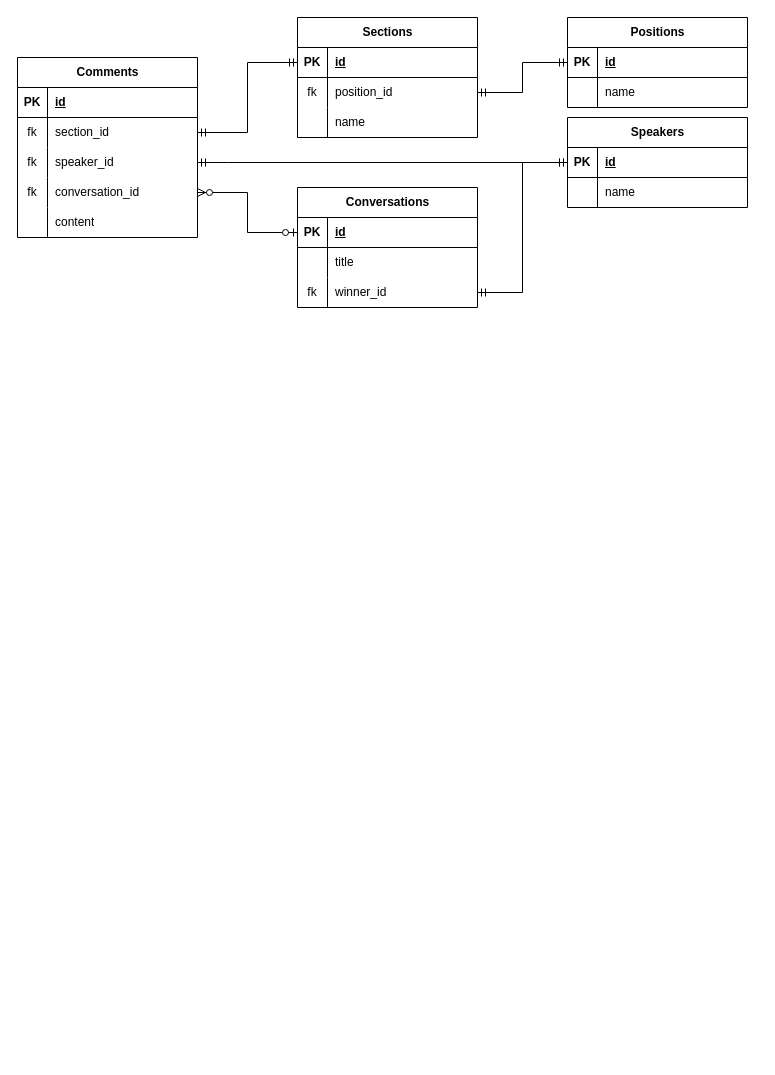
Earlier version of the draw.io diagram docs/ERdiagram.drawio (Sakauchi444/argut_ai). Source tidied: cells renumbered, new cells numbered last; positions are measured from the earlier drawing's top-left corner, leaving out a move shared by most shapes. Both pictures are drawn from the tidied source at 100%, with x=0, y=0 at pixel (17, 17).
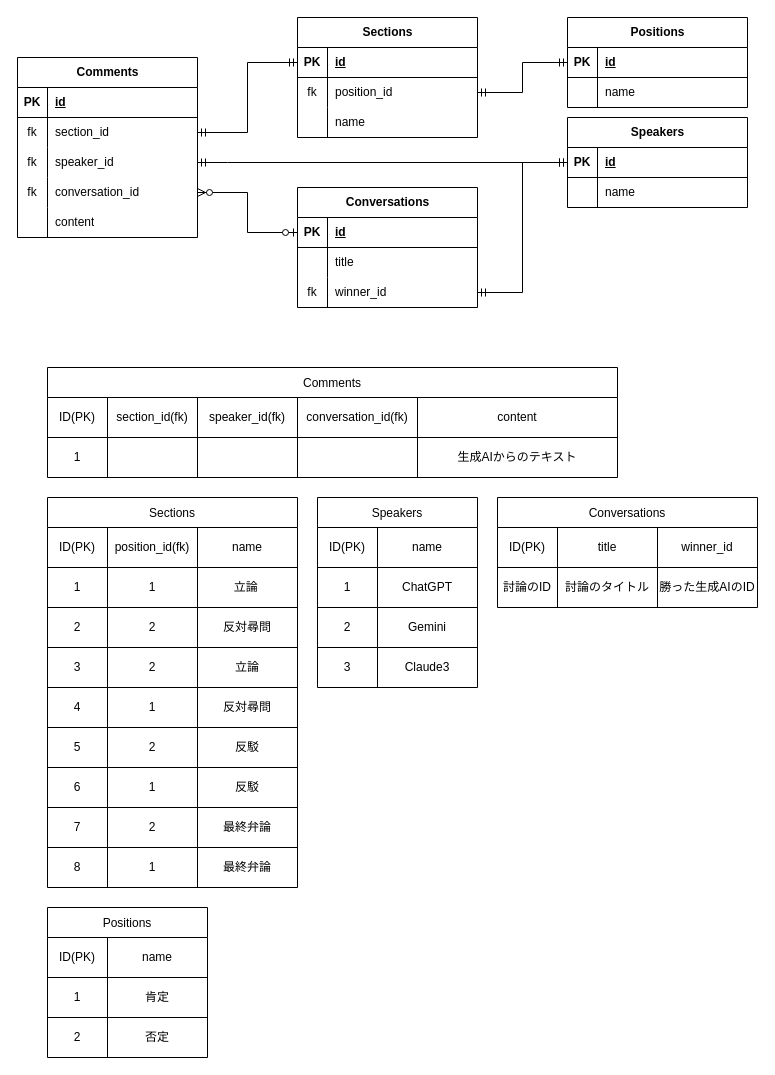
The same diagram, later.

Change to the diagram source:
```diff
@@
+    <mxCell id="57" value="Comments" style="shape=table;startSize=30;childLayout=tableLayout;" parent="1" vertex="1">
+      <mxGeometry x="30" y="350" width="570" height="110" as="geometry" />
+    </mxCell>
+    <mxCell id="58" style="shape=tableRow;horizontal=0;startSize=0;swimlaneHead=0;swimlaneBody=0;strokeColor=inherit;top=0;left=0;bottom=0;right=0;fillColor=none;" parent="57" vertex="1">
+      <mxGeometry y="30" width="570" height="40" as="geometry" />
+    </mxCell>
+    <mxCell id="59" value="ID(PK)" style="shape=partialRectangle;html=1;whiteSpace=wrap;strokeColor=inherit;overflow=hidden;fillColor=none;top=0;left=0;bottom=0;right=0;" parent="58" vertex="1">
+      <mxGeometry width="60" height="40" as="geometry" />
+    </mxCell>
+    <mxCell id="60" value="section_id(fk)" style="shape=partialRectangle;html=1;whiteSpace=wrap;strokeColor=inherit;overflow=hidden;fillColor=none;top=0;left=0;bottom=0;right=0;" parent="58" vertex="1">
+      <mxGeometry x="60" width="90" height="40" as="geometry" />
+    </mxCell>
+    <mxCell id="61" value="speaker_id(fk)" style="shape=partialRectangle;html=1;whiteSpace=wrap;strokeColor=inherit;overflow=hidden;fillColor=none;top=0;left=0;bottom=0;right=0;" parent="58" vertex="1">
+      <mxGeometry x="150" width="100" height="40" as="geometry" />
+    </mxCell>
+    <mxCell id="62" value="conversation_id(fk)" style="shape=partialRectangle;html=1;whiteSpace=wrap;strokeColor=inherit;overflow=hidden;fillColor=none;top=0;left=0;bottom=0;right=0;" parent="58" vertex="1">
+      <mxGeometry x="250" width="120" height="40" as="geometry" />
+    </mxCell>
+    <mxCell id="63" value="content" style="shape=partialRectangle;html=1;whiteSpace=wrap;strokeColor=inherit;overflow=hidden;fillColor=none;top=0;left=0;bottom=0;right=0;" parent="58" vertex="1">
+      <mxGeometry x="370" width="200" height="40" as="geometry" />
+    </mxCell>
+    <mxCell id="64" style="shape=tableRow;horizontal=0;startSize=0;swimlaneHead=0;swimlaneBody=0;strokeColor=inherit;top=0;left=0;bottom=0;right=0;fillColor=none;" parent="57" vertex="1">
+      <mxGeometry y="70" width="570" height="40" as="geometry" />
+    </mxCell>
+    <mxCell id="65" value="1" style="shape=partialRectangle;html=1;whiteSpace=wrap;strokeColor=inherit;overflow=hidden;fillColor=none;top=0;left=0;bottom=0;right=0;" parent="64" vertex="1">
+      <mxGeometry width="60" height="40" as="geometry" />
+    </mxCell>
+    <mxCell id="66" style="shape=partialRectangle;html=1;whiteSpace=wrap;strokeColor=inherit;overflow=hidden;fillColor=none;top=0;left=0;bottom=0;right=0;" parent="64" vertex="1">
+      <mxGeometry x="60" width="90" height="40" as="geometry" />
+    </mxCell>
+    <mxCell id="67" style="shape=partialRectangle;html=1;whiteSpace=wrap;strokeColor=inherit;overflow=hidden;fillColor=none;top=0;left=0;bottom=0;right=0;" parent="64" vertex="1">
+      <mxGeometry x="150" width="100" height="40" as="geometry" />
+    </mxCell>
+    <mxCell id="68" style="shape=partialRectangle;html=1;whiteSpace=wrap;strokeColor=inherit;overflow=hidden;fillColor=none;top=0;left=0;bottom=0;right=0;" parent="64" vertex="1">
+      <mxGeometry x="250" width="120" height="40" as="geometry" />
+    </mxCell>
+    <mxCell id="69" value="生成AIからのテキスト" style="shape=partialRectangle;html=1;whiteSpace=wrap;strokeColor=inherit;overflow=hidden;fillColor=none;top=0;left=0;bottom=0;right=0;" parent="64" vertex="1">
+      <mxGeometry x="370" width="200" height="40" as="geometry" />
+    </mxCell>
+    <mxCell id="70" value="Sections" style="shape=table;startSize=30;childLayout=tableLayout;" parent="1" vertex="1">
+      <mxGeometry x="30" y="480" width="250" height="390" as="geometry" />
+    </mxCell>
+    <mxCell id="71" style="shape=tableRow;horizontal=0;startSize=0;swimlaneHead=0;swimlaneBody=0;strokeColor=inherit;top=0;left=0;bottom=0;right=0;fillColor=none;" parent="70" vertex="1">
+      <mxGeometry y="30" width="250" height="40" as="geometry" />
+    </mxCell>
+    <mxCell id="72" value="ID(PK)" style="shape=partialRectangle;html=1;whiteSpace=wrap;strokeColor=inherit;overflow=hidden;fillColor=none;top=0;left=0;bottom=0;right=0;" parent="71" vertex="1">
+      <mxGeometry width="60" height="40" as="geometry" />
+    </mxCell>
+    <mxCell id="73" value="position_id(fk)" style="shape=partialRectangle;html=1;whiteSpace=wrap;strokeColor=inherit;overflow=hidden;fillColor=none;top=0;left=0;bottom=0;right=0;" parent="71" vertex="1">
+      <mxGeometry x="60" width="90" height="40" as="geometry" />
+    </mxCell>
+    <mxCell id="74" value="name" style="shape=partialRectangle;html=1;whiteSpace=wrap;strokeColor=inherit;overflow=hidden;fillColor=none;top=0;left=0;bottom=0;right=0;" parent="71" vertex="1">
+      <mxGeometry x="150" width="100" height="40" as="geometry" />
+    </mxCell>
+    <mxCell id="75" style="shape=tableRow;horizontal=0;startSize=0;swimlaneHead=0;swimlaneBody=0;strokeColor=inherit;top=0;left=0;bottom=0;right=0;fillColor=none;" parent="70" vertex="1">
+      <mxGeometry y="70" width="250" height="40" as="geometry" />
+    </mxCell>
+    <mxCell id="76" value="1" style="shape=partialRectangle;html=1;whiteSpace=wrap;strokeColor=inherit;overflow=hidden;fillColor=none;top=0;left=0;bottom=0;right=0;" parent="75" vertex="1">
+      <mxGeometry width="60" height="40" as="geometry" />
+    </mxCell>
+    <mxCell id="77" value="1" style="shape=partialRectangle;html=1;whiteSpace=wrap;strokeColor=inherit;overflow=hidden;fillColor=none;top=0;left=0;bottom=0;right=0;" parent="75" vertex="1">
+      <mxGeometry x="60" width="90" height="40" as="geometry" />
+    </mxCell>
+    <mxCell id="78" value="立論&lt;span style=&quot;white-space: pre;&quot;&gt;&#9;&lt;/span&gt;" style="shape=partialRectangle;html=1;whiteSpace=wrap;strokeColor=inherit;overflow=hidden;fillColor=none;top=0;left=0;bottom=0;right=0;" parent="75" vertex="1">
+      <mxGeometry x="150" width="100" height="40" as="geometry" />
+    </mxCell>
+    <mxCell id="79" style="shape=tableRow;horizontal=0;startSize=0;swimlaneHead=0;swimlaneBody=0;strokeColor=inherit;top=0;left=0;bottom=0;right=0;fillColor=none;" parent="70" vertex="1">
+      <mxGeometry y="110" width="250" height="40" as="geometry" />
+    </mxCell>
+    <mxCell id="80" value="2" style="shape=partialRectangle;html=1;whiteSpace=wrap;strokeColor=inherit;overflow=hidden;fillColor=none;top=0;left=0;bottom=0;right=0;" parent="79" vertex="1">
+      <mxGeometry width="60" height="40" as="geometry" />
+    </mxCell>
+    <mxCell id="81" value="2" style="shape=partialRectangle;html=1;whiteSpace=wrap;strokeColor=inherit;overflow=hidden;fillColor=none;top=0;left=0;bottom=0;right=0;" parent="79" vertex="1">
+      <mxGeometry x="60" width="90" height="40" as="geometry" />
+    </mxCell>
+    <mxCell id="82" value="反対尋問" style="shape=partialRectangle;html=1;whiteSpace=wrap;strokeColor=inherit;overflow=hidden;fillColor=none;top=0;left=0;bottom=0;right=0;" parent="79" vertex="1">
+      <mxGeometry x="150" width="100" height="40" as="geometry" />
+    </mxCell>
+    <mxCell id="83" style="shape=tableRow;horizontal=0;startSize=0;swimlaneHead=0;swimlaneBody=0;strokeColor=inherit;top=0;left=0;bottom=0;right=0;fillColor=none;" parent="70" vertex="1">
+      <mxGeometry y="150" width="250" height="40" as="geometry" />
+    </mxCell>
+    <mxCell id="84" value="3" style="shape=partialRectangle;html=1;whiteSpace=wrap;strokeColor=inherit;overflow=hidden;fillColor=none;top=0;left=0;bottom=0;right=0;" parent="83" vertex="1">
+      <mxGeometry width="60" height="40" as="geometry" />
+    </mxCell>
+    <mxCell id="85" value="2" style="shape=partialRectangle;html=1;whiteSpace=wrap;strokeColor=inherit;overflow=hidden;fillColor=none;top=0;left=0;bottom=0;right=0;" parent="83" vertex="1">
+      <mxGeometry x="60" width="90" height="40" as="geometry" />
+    </mxCell>
+    <mxCell id="86" value="立論" style="shape=partialRectangle;html=1;whiteSpace=wrap;strokeColor=inherit;overflow=hidden;fillColor=none;top=0;left=0;bottom=0;right=0;" parent="83" vertex="1">
+      <mxGeometry x="150" width="100" height="40" as="geometry" />
+    </mxCell>
+    <mxCell id="87" style="shape=tableRow;horizontal=0;startSize=0;swimlaneHead=0;swimlaneBody=0;strokeColor=inherit;top=0;left=0;bottom=0;right=0;fillColor=none;" parent="70" vertex="1">
+      <mxGeometry y="190" width="250" height="40" as="geometry" />
+    </mxCell>
+    <mxCell id="88" value="4" style="shape=partialRectangle;html=1;whiteSpace=wrap;strokeColor=inherit;overflow=hidden;fillColor=none;top=0;left=0;bottom=0;right=0;" parent="87" vertex="1">
+      <mxGeometry width="60" height="40" as="geometry" />
+    </mxCell>
+    <mxCell id="89" value="1" style="shape=partialRectangle;html=1;whiteSpace=wrap;strokeColor=inherit;overflow=hidden;fillColor=none;top=0;left=0;bottom=0;right=0;" parent="87" vertex="1">
+      <mxGeometry x="60" width="90" height="40" as="geometry" />
+    </mxCell>
+    <mxCell id="90" value="反対尋問" style="shape=partialRectangle;html=1;whiteSpace=wrap;strokeColor=inherit;overflow=hidden;fillColor=none;top=0;left=0;bottom=0;right=0;" parent="87" vertex="1">
+      <mxGeometry x="150" width="100" height="40" as="geometry" />
+    </mxCell>
+    <mxCell id="91" style="shape=tableRow;horizontal=0;startSize=0;swimlaneHead=0;swimlaneBody=0;strokeColor=inherit;top=0;left=0;bottom=0;right=0;fillColor=none;" parent="70" vertex="1">
+      <mxGeometry y="230" width="250" height="40" as="geometry" />
+    </mxCell>
+    <mxCell id="92" value="5" style="shape=partialRectangle;html=1;whiteSpace=wrap;strokeColor=inherit;overflow=hidden;fillColor=none;top=0;left=0;bottom=0;right=0;" parent="91" vertex="1">
+      <mxGeometry width="60" height="40" as="geometry" />
+    </mxCell>
+    <mxCell id="93" value="2" style="shape=partialRectangle;html=1;whiteSpace=wrap;strokeColor=inherit;overflow=hidden;fillColor=none;top=0;left=0;bottom=0;right=0;" parent="91" vertex="1">
+      <mxGeometry x="60" width="90" height="40" as="geometry" />
+    </mxCell>
+    <mxCell id="94" value="反駁" style="shape=partialRectangle;html=1;whiteSpace=wrap;strokeColor=inherit;overflow=hidden;fillColor=none;top=0;left=0;bottom=0;right=0;" parent="91" vertex="1">
+      <mxGeometry x="150" width="100" height="40" as="geometry" />
+    </mxCell>
+    <mxCell id="95" style="shape=tableRow;horizontal=0;startSize=0;swimlaneHead=0;swimlaneBody=0;strokeColor=inherit;top=0;left=0;bottom=0;right=0;fillColor=none;" parent="70" vertex="1">
+      <mxGeometry y="270" width="250" height="40" as="geometry" />
+    </mxCell>
+    <mxCell id="96" value="6" style="shape=partialRectangle;html=1;whiteSpace=wrap;strokeColor=inherit;overflow=hidden;fillColor=none;top=0;left=0;bottom=0;right=0;" parent="95" vertex="1">
+      <mxGeometry width="60" height="40" as="geometry" />
+    </mxCell>
+    <mxCell id="97" value="1" style="shape=partialRectangle;html=1;whiteSpace=wrap;strokeColor=inherit;overflow=hidden;fillColor=none;top=0;left=0;bottom=0;right=0;" parent="95" vertex="1">
+      <mxGeometry x="60" width="90" height="40" as="geometry" />
+    </mxCell>
+    <mxCell id="98" value="反駁" style="shape=partialRectangle;html=1;whiteSpace=wrap;strokeColor=inherit;overflow=hidden;fillColor=none;top=0;left=0;bottom=0;right=0;" parent="95" vertex="1">
+      <mxGeometry x="150" width="100" height="40" as="geometry" />
+    </mxCell>
+    <mxCell id="99" style="shape=tableRow;horizontal=0;startSize=0;swimlaneHead=0;swimlaneBody=0;strokeColor=inherit;top=0;left=0;bottom=0;right=0;fillColor=none;" parent="70" vertex="1">
+      <mxGeometry y="310" width="250" height="40" as="geometry" />
+    </mxCell>
+    <mxCell id="100" value="7" style="shape=partialRectangle;html=1;whiteSpace=wrap;strokeColor=inherit;overflow=hidden;fillColor=none;top=0;left=0;bottom=0;right=0;" parent="99" vertex="1">
+      <mxGeometry width="60" height="40" as="geometry" />
+    </mxCell>
+    <mxCell id="101" value="2" style="shape=partialRectangle;html=1;whiteSpace=wrap;strokeColor=inherit;overflow=hidden;fillColor=none;top=0;left=0;bottom=0;right=0;" parent="99" vertex="1">
+      <mxGeometry x="60" width="90" height="40" as="geometry" />
+    </mxCell>
+    <mxCell id="102" value="最終弁論" style="shape=partialRectangle;html=1;whiteSpace=wrap;strokeColor=inherit;overflow=hidden;fillColor=none;top=0;left=0;bottom=0;right=0;" parent="99" vertex="1">
+      <mxGeometry x="150" width="100" height="40" as="geometry" />
+    </mxCell>
+    <mxCell id="103" style="shape=tableRow;horizontal=0;startSize=0;swimlaneHead=0;swimlaneBody=0;strokeColor=inherit;top=0;left=0;bottom=0;right=0;fillColor=none;" parent="70" vertex="1">
+      <mxGeometry y="350" width="250" height="40" as="geometry" />
+    </mxCell>
+    <mxCell id="104" value="8" style="shape=partialRectangle;html=1;whiteSpace=wrap;strokeColor=inherit;overflow=hidden;fillColor=none;top=0;left=0;bottom=0;right=0;" parent="103" vertex="1">
+      <mxGeometry width="60" height="40" as="geometry" />
+    </mxCell>
+    <mxCell id="105" value="1" style="shape=partialRectangle;html=1;whiteSpace=wrap;strokeColor=inherit;overflow=hidden;fillColor=none;top=0;left=0;bottom=0;right=0;" parent="103" vertex="1">
+      <mxGeometry x="60" width="90" height="40" as="geometry" />
+    </mxCell>
+    <mxCell id="106" value="最終弁論" style="shape=partialRectangle;html=1;whiteSpace=wrap;strokeColor=inherit;overflow=hidden;fillColor=none;top=0;left=0;bottom=0;right=0;" parent="103" vertex="1">
+      <mxGeometry x="150" width="100" height="40" as="geometry" />
+    </mxCell>
+    <mxCell id="107" value="Positions" style="shape=table;startSize=30;childLayout=tableLayout;" parent="1" vertex="1">
+      <mxGeometry x="30" y="890" width="160" height="150" as="geometry" />
+    </mxCell>
+    <mxCell id="108" style="shape=tableRow;horizontal=0;startSize=0;swimlaneHead=0;swimlaneBody=0;strokeColor=inherit;top=0;left=0;bottom=0;right=0;fillColor=none;" parent="107" vertex="1">
+      <mxGeometry y="30" width="160" height="40" as="geometry" />
+    </mxCell>
+    <mxCell id="109" value="ID(PK)" style="shape=partialRectangle;html=1;whiteSpace=wrap;strokeColor=inherit;overflow=hidden;fillColor=none;top=0;left=0;bottom=0;right=0;" parent="108" vertex="1">
+      <mxGeometry width="60" height="40" as="geometry" />
+    </mxCell>
+    <mxCell id="110" value="name" style="shape=partialRectangle;html=1;whiteSpace=wrap;strokeColor=inherit;overflow=hidden;fillColor=none;top=0;left=0;bottom=0;right=0;" parent="108" vertex="1">
+      <mxGeometry x="60" width="100" height="40" as="geometry" />
+    </mxCell>
+    <mxCell id="111" style="shape=tableRow;horizontal=0;startSize=0;swimlaneHead=0;swimlaneBody=0;strokeColor=inherit;top=0;left=0;bottom=0;right=0;fillColor=none;" parent="107" vertex="1">
+      <mxGeometry y="70" width="160" height="40" as="geometry" />
+    </mxCell>
+    <mxCell id="112" value="1" style="shape=partialRectangle;html=1;whiteSpace=wrap;strokeColor=inherit;overflow=hidden;fillColor=none;top=0;left=0;bottom=0;right=0;" parent="111" vertex="1">
+      <mxGeometry width="60" height="40" as="geometry" />
+    </mxCell>
+    <mxCell id="113" value="肯定" style="shape=partialRectangle;html=1;whiteSpace=wrap;strokeColor=inherit;overflow=hidden;fillColor=none;top=0;left=0;bottom=0;right=0;" parent="111" vertex="1">
+      <mxGeometry x="60" width="100" height="40" as="geometry" />
+    </mxCell>
+    <mxCell id="114" style="shape=tableRow;horizontal=0;startSize=0;swimlaneHead=0;swimlaneBody=0;strokeColor=inherit;top=0;left=0;bottom=0;right=0;fillColor=none;" parent="107" vertex="1">
+      <mxGeometry y="110" width="160" height="40" as="geometry" />
+    </mxCell>
+    <mxCell id="115" value="2" style="shape=partialRectangle;html=1;whiteSpace=wrap;strokeColor=inherit;overflow=hidden;fillColor=none;top=0;left=0;bottom=0;right=0;" parent="114" vertex="1">
+      <mxGeometry width="60" height="40" as="geometry" />
+    </mxCell>
+    <mxCell id="116" value="否定" style="shape=partialRectangle;html=1;whiteSpace=wrap;strokeColor=inherit;overflow=hidden;fillColor=none;top=0;left=0;bottom=0;right=0;" parent="114" vertex="1">
+      <mxGeometry x="60" width="100" height="40" as="geometry" />
+    </mxCell>
+    <mxCell id="117" value="Speakers" style="shape=table;startSize=30;childLayout=tableLayout;" parent="1" vertex="1">
+      <mxGeometry x="300" y="480" width="160" height="190" as="geometry" />
+    </mxCell>
+    <mxCell id="118" style="shape=tableRow;horizontal=0;startSize=0;swimlaneHead=0;swimlaneBody=0;strokeColor=inherit;top=0;left=0;bottom=0;right=0;fillColor=none;" parent="117" vertex="1">
+      <mxGeometry y="30" width="160" height="40" as="geometry" />
+    </mxCell>
+    <mxCell id="119" value="ID(PK)" style="shape=partialRectangle;html=1;whiteSpace=wrap;strokeColor=inherit;overflow=hidden;fillColor=none;top=0;left=0;bottom=0;right=0;" parent="118" vertex="1">
+      <mxGeometry width="60" height="40" as="geometry" />
+    </mxCell>
+    <mxCell id="120" value="name" style="shape=partialRectangle;html=1;whiteSpace=wrap;strokeColor=inherit;overflow=hidden;fillColor=none;top=0;left=0;bottom=0;right=0;" parent="118" vertex="1">
+      <mxGeometry x="60" width="100" height="40" as="geometry" />
+    </mxCell>
+    <mxCell id="121" style="shape=tableRow;horizontal=0;startSize=0;swimlaneHead=0;swimlaneBody=0;strokeColor=inherit;top=0;left=0;bottom=0;right=0;fillColor=none;" parent="117" vertex="1">
+      <mxGeometry y="70" width="160" height="40" as="geometry" />
+    </mxCell>
+    <mxCell id="122" value="1" style="shape=partialRectangle;html=1;whiteSpace=wrap;strokeColor=inherit;overflow=hidden;fillColor=none;top=0;left=0;bottom=0;right=0;" parent="121" vertex="1">
+      <mxGeometry width="60" height="40" as="geometry" />
+    </mxCell>
+    <mxCell id="123" value="ChatGPT" style="shape=partialRectangle;html=1;whiteSpace=wrap;strokeColor=inherit;overflow=hidden;fillColor=none;top=0;left=0;bottom=0;right=0;" parent="121" vertex="1">
+      <mxGeometry x="60" width="100" height="40" as="geometry" />
+    </mxCell>
+    <mxCell id="124" style="shape=tableRow;horizontal=0;startSize=0;swimlaneHead=0;swimlaneBody=0;strokeColor=inherit;top=0;left=0;bottom=0;right=0;fillColor=none;" parent="117" vertex="1">
+      <mxGeometry y="110" width="160" height="40" as="geometry" />
+    </mxCell>
+    <mxCell id="125" value="2" style="shape=partialRectangle;html=1;whiteSpace=wrap;strokeColor=inherit;overflow=hidden;fillColor=none;top=0;left=0;bottom=0;right=0;" parent="124" vertex="1">
+      <mxGeometry width="60" height="40" as="geometry" />
+    </mxCell>
+    <mxCell id="126" value="Gemini" style="shape=partialRectangle;html=1;whiteSpace=wrap;strokeColor=inherit;overflow=hidden;fillColor=none;top=0;left=0;bottom=0;right=0;" parent="124" vertex="1">
+      <mxGeometry x="60" width="100" height="40" as="geometry" />
+    </mxCell>
+    <mxCell id="127" style="shape=tableRow;horizontal=0;startSize=0;swimlaneHead=0;swimlaneBody=0;strokeColor=inherit;top=0;left=0;bottom=0;right=0;fillColor=none;" parent="117" vertex="1">
+      <mxGeometry y="150" width="160" height="40" as="geometry" />
+    </mxCell>
+    <mxCell id="128" value="3" style="shape=partialRectangle;html=1;whiteSpace=wrap;strokeColor=inherit;overflow=hidden;fillColor=none;top=0;left=0;bottom=0;right=0;" parent="127" vertex="1">
+      <mxGeometry width="60" height="40" as="geometry" />
+    </mxCell>
+    <mxCell id="129" value="Claude3" style="shape=partialRectangle;html=1;whiteSpace=wrap;strokeColor=inherit;overflow=hidden;fillColor=none;top=0;left=0;bottom=0;right=0;" parent="127" vertex="1">
+      <mxGeometry x="60" width="100" height="40" as="geometry" />
+    </mxCell>
+    <mxCell id="130" value="Conversations" style="shape=table;startSize=30;childLayout=tableLayout;" parent="1" vertex="1">
+      <mxGeometry x="480" y="480" width="260" height="110" as="geometry" />
+    </mxCell>
+    <mxCell id="131" style="shape=tableRow;horizontal=0;startSize=0;swimlaneHead=0;swimlaneBody=0;strokeColor=inherit;top=0;left=0;bottom=0;right=0;fillColor=none;" parent="130" vertex="1">
+      <mxGeometry y="30" width="260" height="40" as="geometry" />
+    </mxCell>
+    <mxCell id="132" value="ID(PK)" style="shape=partialRectangle;html=1;whiteSpace=wrap;strokeColor=inherit;overflow=hidden;fillColor=none;top=0;left=0;bottom=0;right=0;" parent="131" vertex="1">
+      <mxGeometry width="60" height="40" as="geometry" />
+    </mxCell>
+    <mxCell id="133" value="title" style="shape=partialRectangle;html=1;whiteSpace=wrap;strokeColor=inherit;overflow=hidden;fillColor=none;top=0;left=0;bottom=0;right=0;" parent="131" vertex="1">
+      <mxGeometry x="60" width="100" height="40" as="geometry" />
+    </mxCell>
+    <mxCell id="134" value="winner_id" style="shape=partialRectangle;html=1;whiteSpace=wrap;strokeColor=inherit;overflow=hidden;fillColor=none;top=0;left=0;bottom=0;right=0;" parent="131" vertex="1">
+      <mxGeometry x="160" width="100" height="40" as="geometry" />
+    </mxCell>
+    <mxCell id="135" style="shape=tableRow;horizontal=0;startSize=0;swimlaneHead=0;swimlaneBody=0;strokeColor=inherit;top=0;left=0;bottom=0;right=0;fillColor=none;" parent="130" vertex="1">
+      <mxGeometry y="70" width="260" height="40" as="geometry" />
+    </mxCell>
+    <mxCell id="136" value="討論のID" style="shape=partialRectangle;html=1;whiteSpace=wrap;strokeColor=inherit;overflow=hidden;fillColor=none;top=0;left=0;bottom=0;right=0;" parent="135" vertex="1">
+      <mxGeometry width="60" height="40" as="geometry" />
+    </mxCell>
+    <mxCell id="137" value="討論のタイトル" style="shape=partialRectangle;html=1;whiteSpace=wrap;strokeColor=inherit;overflow=hidden;fillColor=none;top=0;left=0;bottom=0;right=0;" parent="135" vertex="1">
+      <mxGeometry x="60" width="100" height="40" as="geometry" />
+    </mxCell>
+    <mxCell id="138" value="勝った生成AIのID" style="shape=partialRectangle;html=1;whiteSpace=wrap;strokeColor=inherit;overflow=hidden;fillColor=none;top=0;left=0;bottom=0;right=0;" parent="135" vertex="1">
+      <mxGeometry x="160" width="100" height="40" as="geometry" />
+    </mxCell>
```
